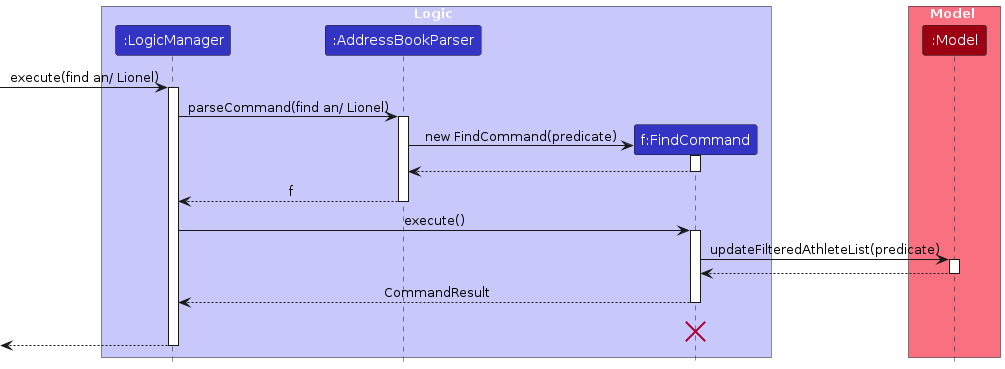
AY2526S1-CS2103T-F13-3/tp keeps this PlantUML diagram as diagrams/FindSequenceDiagram-Logic.png. Above is the earlier version. Its source is kept beside it as diagrams/FindSequenceDiagram-Logic.puml.
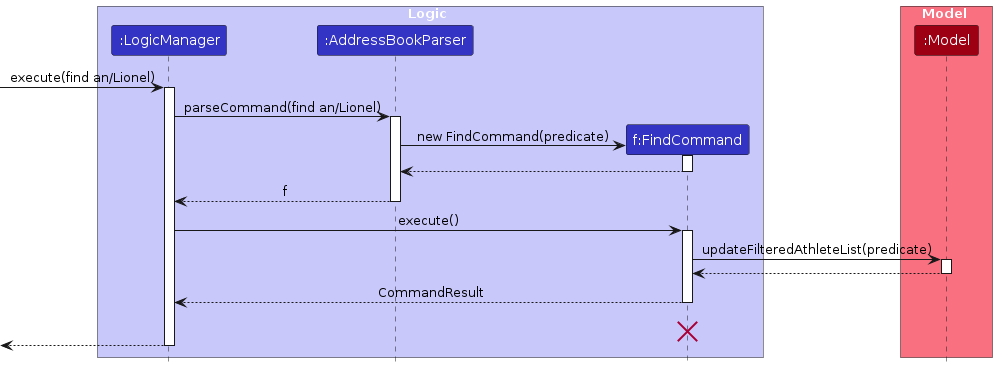
After the commit.

The edit, as a diff of the source:
```diff
@@ -12,10 +12,10 @@
 participant ":Model" as Model MODEL_COLOR
 end box
 
-[-> LogicManager : execute(find an/ Lionel)
+[-> LogicManager : execute(find an/Lionel)
 activate LogicManager
 
-LogicManager -> AddressBookParser : parseCommand(find an/ Lionel)
+LogicManager -> AddressBookParser : parseCommand(find an/Lionel)
 activate AddressBookParser
 
 create FindCommand
```
